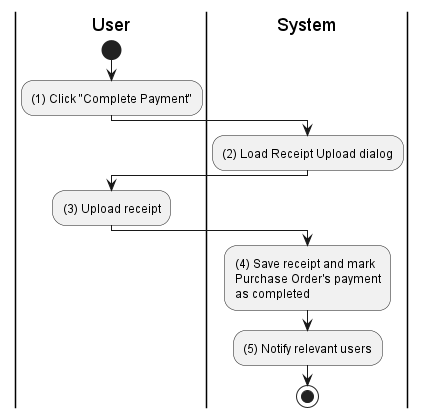
phihungha/scmss-reqs keeps this PlantUML diagram as activities/purchase-order-complete-payment.png. Above is the earlier version.
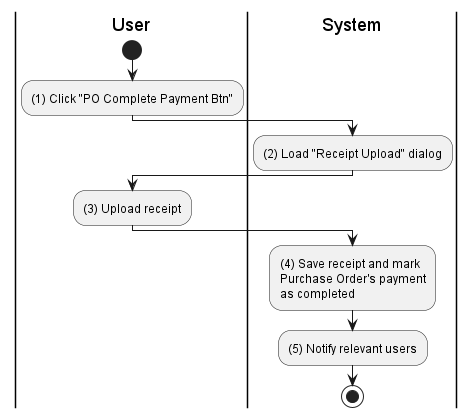
After the change.

The edit, as a diff of the source:
```diff
@@ -4,10 +4,10 @@
 
 |u|
 start
-:(1) Click "Complete Payment";
+:(1) Click "PO Complete Payment Btn";
 
 |s|
-:(2) Load Receipt Upload dialog;
+:(2) Load "Receipt Upload" dialog;
 
 |u|
 :(3) Upload receipt;
```
